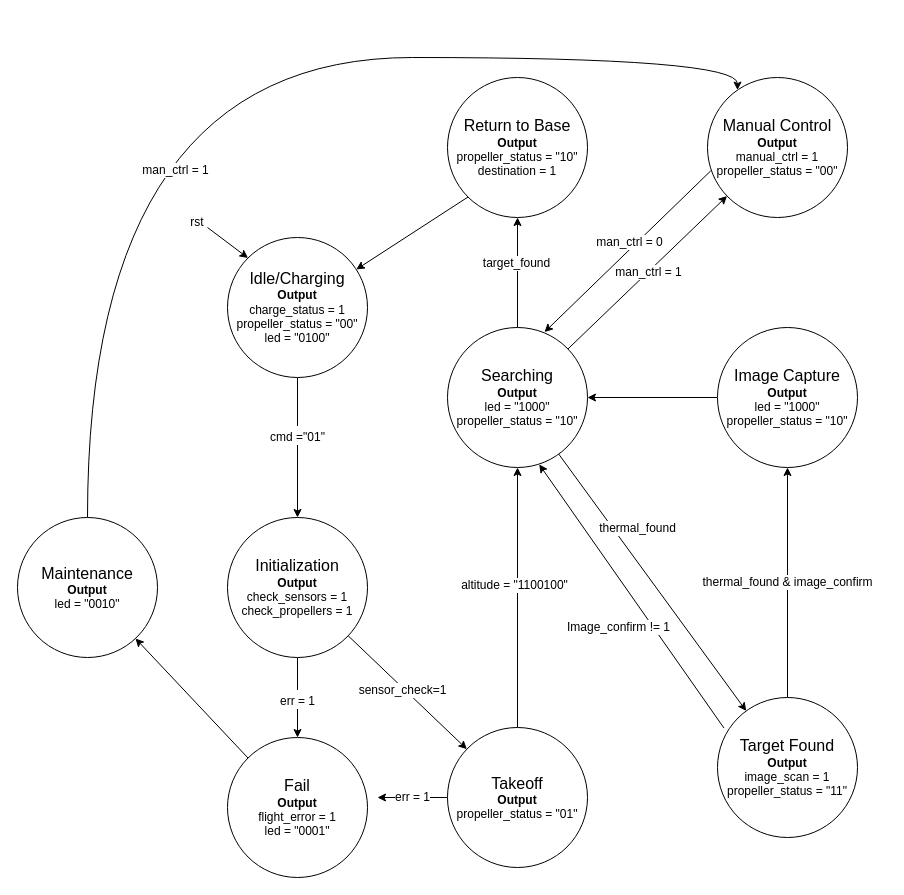
Above: charts/Untitled Diagram.drawio in umazhar/ELEC402_project (draw.io), before the change. Source tidied: cells renumbered, new cells numbered last; positions are measured from the earlier drawing's top-left corner, leaving out a move shared by most shapes. Both pictures are drawn from the tidied source at 100%, with x=0, y=0 at pixel (17, 57).
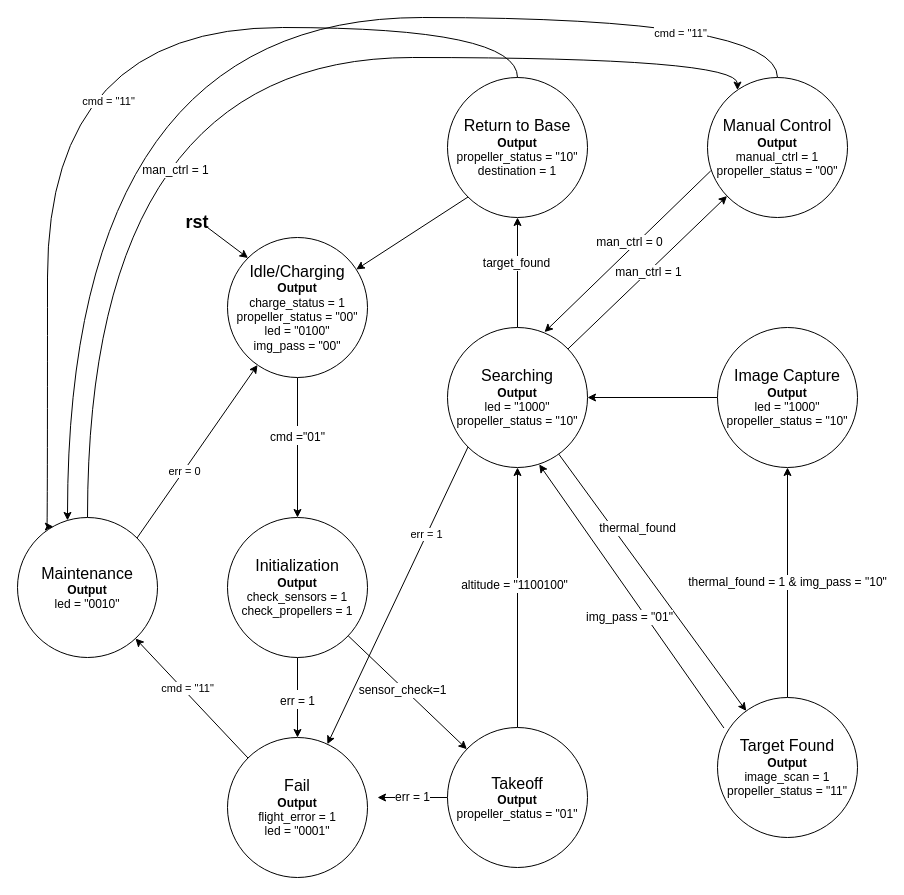
The same diagram, later.

The change refers to these unchanged cells:
```xml
<mxCell id="9" style="edgeStyle=none;rounded=0;jettySize=auto;html=1;exitX=0;exitY=0;exitDx=0;exitDy=0;fontSize=16;" parent="1" edge="1" source="10" target="18">
  <mxGeometry relative="1" as="geometry" />
</mxCell>
<mxCell id="10" value="&lt;font size=&quot;3&quot;&gt;Fail&lt;/font&gt;&lt;br&gt;&lt;b&gt;Output&lt;/b&gt;&lt;br&gt;flight_error = 1&lt;br&gt;led = &quot;0001&quot;" style="ellipse;whiteSpace=wrap;html=1;" parent="1" vertex="1">
  <mxGeometry x="210" y="680" width="140" height="140" as="geometry" />
</mxCell>
<mxCell id="18" value="&lt;font size=&quot;3&quot;&gt;Maintenance&lt;/font&gt;&lt;br&gt;&lt;b&gt;Output&lt;/b&gt;&lt;br&gt;led = &quot;0010&quot;" style="ellipse;whiteSpace=wrap;html=1;" parent="1" vertex="1">
  <mxGeometry y="460" width="140" height="140" as="geometry" />
</mxCell>
<mxCell id="26" value="&lt;font size=&quot;3&quot;&gt;Searching&lt;/font&gt;&lt;br&gt;&lt;b&gt;Output&lt;/b&gt;&lt;br&gt;led = &quot;1000&quot;&lt;br&gt;propeller_status = &quot;10&quot;&lt;br&gt;" style="ellipse;whiteSpace=wrap;html=1;" parent="1" vertex="1">
  <mxGeometry x="430" y="270" width="140" height="140" as="geometry" />
</mxCell>
<mxCell id="28" value="&lt;font size=&quot;3&quot;&gt;Image Capture&lt;/font&gt;&lt;br&gt;&lt;b&gt;Output&lt;/b&gt;&lt;br&gt;led = &quot;1000&quot;&lt;br&gt;propeller_status = &quot;10&quot;" style="ellipse;whiteSpace=wrap;html=1;" parent="1" vertex="1">
  <mxGeometry x="700" y="270" width="140" height="140" as="geometry" />
</mxCell>
<mxCell id="29" style="edgeStyle=none;rounded=0;jettySize=auto;html=1;exitX=0.046;exitY=0.218;exitDx=0;exitDy=0;fontSize=12;entryX=0.655;entryY=0.978;entryDx=0;entryDy=0;entryPerimeter=0;exitPerimeter=0;" parent="1" edge="1" source="31" target="26">
  <mxGeometry relative="1" as="geometry" />
</mxCell>
<mxCell id="31" value="&lt;font size=&quot;3&quot;&gt;Target Found&lt;br&gt;&lt;/font&gt;&lt;b&gt;Output&lt;/b&gt;&lt;br&gt;image_scan = 1&lt;br&gt;propeller_status = &quot;11&quot;" style="ellipse;whiteSpace=wrap;html=1;" parent="1" vertex="1">
  <mxGeometry x="700" y="640" width="140" height="140" as="geometry" />
</mxCell>
<mxCell id="33" value="&lt;font size=&quot;3&quot;&gt;Return to Base&lt;br&gt;&lt;/font&gt;&lt;b&gt;Output&lt;/b&gt;&lt;br&gt;propeller_status = &quot;10&quot;&lt;br&gt;destination = 1" style="ellipse;whiteSpace=wrap;html=1;" parent="1" vertex="1">
  <mxGeometry x="430" y="20" width="140" height="140" as="geometry" />
</mxCell>
<mxCell id="36" value="&lt;font size=&quot;3&quot;&gt;Manual Control&lt;br&gt;&lt;/font&gt;&lt;b&gt;Output&lt;/b&gt;&lt;br&gt;manual_ctrl = 1&lt;br&gt;propeller_status = &quot;00&quot;" style="ellipse;whiteSpace=wrap;html=1;" parent="1" vertex="1">
  <mxGeometry x="690" y="20" width="140" height="140" as="geometry" />
</mxCell>
```

What changed in the source:
```diff
@@
-    <mxCell id="4" value="&lt;font style=&quot;font-size: 16px;&quot;&gt;Idle/Charging&lt;br&gt;&lt;/font&gt;&lt;b&gt;Output&lt;/b&gt;&lt;br&gt;charge_status = 1&lt;br&gt;propeller_status = &quot;00&quot;&lt;br&gt;led = &quot;0100&quot;" style="ellipse;whiteSpace=wrap;html=1;" parent="1" vertex="1">
+    <mxCell id="4" value="&lt;font style=&quot;font-size: 16px;&quot;&gt;Idle/Charging&lt;br&gt;&lt;/font&gt;&lt;b&gt;Output&lt;/b&gt;&lt;br&gt;charge_status = 1&lt;br&gt;propeller_status = &quot;00&quot;&lt;br&gt;led = &quot;0100&quot;&lt;br&gt;img_pass = &quot;00&quot;" style="ellipse;whiteSpace=wrap;html=1;" parent="1" vertex="1">
       <mxGeometry x="210" y="180" width="140" height="140" as="geometry" />
     </mxCell>
@@
+    <mxCell id="39" value="cmd = &quot;11&quot;" style="edgeLabel;html=1;align=center;verticalAlign=middle;" parent="9" vertex="1">
+      <mxGeometry x="0.12" y="-3" relative="1" as="geometry">
+        <mxPoint y="-1" as="offset" />
+      </mxGeometry>
+    </mxCell>
@@
+    <mxCell id="40" style="rounded=0;jettySize=auto;html=1;exitX=1;exitY=0;exitDx=0;exitDy=0;" parent="1" edge="1" source="18" target="4">
+      <mxGeometry relative="1" as="geometry" />
+    </mxCell>
+    <mxCell id="41" value="err = 0" style="edgeLabel;html=1;align=center;verticalAlign=middle;" parent="40" vertex="1">
+      <mxGeometry x="-0.22" relative="1" as="geometry" />
+    </mxCell>
@@
-    <mxCell id="19" value="thermal_found &amp;amp; image_confirm" style="edgeStyle=none;rounded=0;jettySize=auto;html=1;fontSize=12;exitX=0.5;exitY=0;exitDx=0;exitDy=0;" parent="1" edge="1" source="31" target="28">
+    <mxCell id="19" value="thermal_found = 1 &amp;amp; img_pass = &quot;10&quot;" style="edgeStyle=none;rounded=0;jettySize=auto;html=1;fontSize=12;exitX=0.5;exitY=0;exitDx=0;exitDy=0;" parent="1" edge="1" source="31" target="28">
       <mxGeometry relative="1" as="geometry" />
     </mxCell>
@@
+    <mxCell id="42" style="rounded=0;jettySize=auto;html=1;exitX=0;exitY=1;exitDx=0;exitDy=0;" parent="1" edge="1" source="26" target="10">
+      <mxGeometry relative="1" as="geometry" />
+    </mxCell>
+    <mxCell id="43" value="err = 1" style="edgeLabel;html=1;align=center;verticalAlign=middle;" parent="42" vertex="1">
+      <mxGeometry x="-0.41" y="-1" relative="1" as="geometry" />
+    </mxCell>
@@
-    <mxCell id="30" value="Image_confirm != 1" style="edgeLabel;html=1;align=center;verticalAlign=middle;fontSize=12;" parent="29" vertex="1">
+    <mxCell id="30" value="img_pass = &quot;01&quot;" style="edgeLabel;html=1;align=center;verticalAlign=middle;fontSize=12;" parent="29" vertex="1">
       <mxGeometry x="-0.2" relative="1" as="geometry">
-        <mxPoint x="-32" y="5" as="offset" />
+        <mxPoint x="-21" y="-5" as="offset" />
       </mxGeometry>
     </mxCell>
@@
+    <mxCell id="44" style="edgeStyle=orthogonalEdgeStyle;rounded=0;jettySize=auto;html=1;curved=1;" parent="1" edge="1" source="36" target="18">
+      <mxGeometry relative="1" as="geometry">
+        <Array as="points">
+          <mxPoint x="760" y="-40" />
+          <mxPoint x="50" y="-40" />
+        </Array>
+      </mxGeometry>
+    </mxCell>
+    <mxCell id="45" value="cmd = &quot;11&quot;" style="edgeLabel;html=1;align=center;verticalAlign=middle;" parent="44" vertex="1">
+      <mxGeometry x="-0.75" y="15" relative="1" as="geometry">
+        <mxPoint x="1" as="offset" />
+      </mxGeometry>
+    </mxCell>
@@
-    <mxCell id="38" value="rst&lt;br&gt;" style="text;html=1;strokeColor=none;fillColor=none;align=center;verticalAlign=middle;whiteSpace=wrap;rounded=0;fontSize=12;" parent="1" vertex="1">
+    <mxCell id="38" value="&lt;b&gt;&lt;font style=&quot;font-size: 18px;&quot;&gt;rst&lt;/font&gt;&lt;/b&gt;" style="text;html=1;strokeColor=none;fillColor=none;align=center;verticalAlign=middle;whiteSpace=wrap;rounded=0;fontSize=12;" parent="1" vertex="1">
       <mxGeometry x="150" y="150" width="60" height="30" as="geometry" />
     </mxCell>
+    <mxCell id="46" style="edgeStyle=orthogonalEdgeStyle;rounded=0;jettySize=auto;html=1;entryX=0.256;entryY=0.065;entryDx=0;entryDy=0;entryPerimeter=0;curved=1;" parent="1" edge="1" source="33" target="18">
+      <mxGeometry relative="1" as="geometry">
+        <Array as="points">
+          <mxPoint x="500" y="-30" />
+          <mxPoint x="30" y="-30" />
+          <mxPoint x="30" y="469" />
+        </Array>
+      </mxGeometry>
+    </mxCell>
+    <mxCell id="47" value="cmd = &quot;11&quot;" style="edgeLabel;html=1;align=center;verticalAlign=middle;" parent="46" vertex="1">
+      <mxGeometry x="0.18" y="76" relative="1" as="geometry">
+        <mxPoint x="-16" y="-12" as="offset" />
+      </mxGeometry>
+    </mxCell>
```
